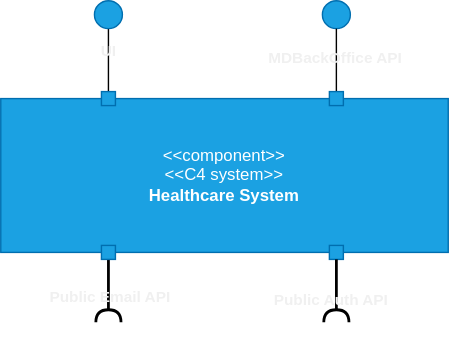
This is docs/sprint-2/team-decisions/views/logical-view/healthcare_system_vl1.svg from rita-barbosa/LAPR5-2425, a draw.io export, as it was before one commit. Source tidied: cells renumbered, new cells last; positions are measured from the earlier drawing's top-left corner, leaving out a move shared by most shapes.
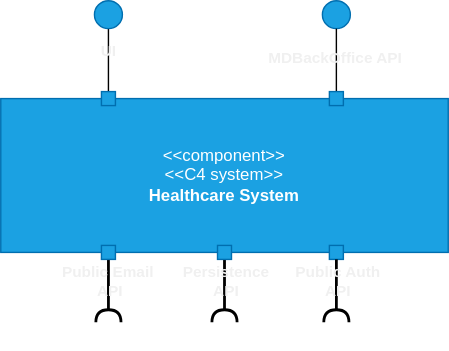
The same file after the commit.

What changed in the source:
```diff
@@ -34,8 +34,10 @@
         <mxPoint x="10" y="10" as="targetPoint" />
       </mxGeometry>
     </mxCell>
-    <mxCell id="11" value="Public Email API" style="edgeLabel;html=1;align=center;verticalAlign=middle;labelBackgroundColor=none;fontStyle=1;" parent="10" vertex="1">
-      <mxGeometry x="-0.15" relative="1" as="geometry" />
+    <mxCell id="11" value="Public Email&amp;nbsp;&lt;div&gt;API&lt;/div&gt;" style="edgeLabel;html=1;align=center;verticalAlign=middle;labelBackgroundColor=none;fontStyle=1;" parent="10" vertex="1">
+      <mxGeometry x="-0.15" relative="1" as="geometry">
+        <mxPoint y="-11" as="offset" />
+      </mxGeometry>
     </mxCell>
     <mxCell id="12" style="rounded=0;whiteSpace=wrap;html=1;fillColor=#1ba1e2;fontColor=#ffffff;strokeColor=#006EAF;rotation=-180;" parent="9" vertex="1">
       <mxGeometry x="5" width="10" height="10" as="geometry" />
@@ -61,10 +63,24 @@
         <mxPoint x="10" y="10" as="targetPoint" />
       </mxGeometry>
     </mxCell>
-    <mxCell id="19" value="Public Auth API" style="edgeLabel;html=1;align=center;verticalAlign=middle;labelBackgroundColor=none;fontStyle=1;" parent="18" vertex="1">
+    <mxCell id="19" value="Public Auth&lt;div&gt;&lt;span style=&quot;background-color: initial;&quot;&gt;API&lt;/span&gt;&lt;/div&gt;" style="edgeLabel;html=1;align=center;verticalAlign=middle;labelBackgroundColor=none;fontStyle=1;" parent="18" vertex="1">
       <mxGeometry x="-0.15" relative="1" as="geometry">
-        <mxPoint x="-5" y="2" as="offset" />
+        <mxPoint y="-11" as="offset" />
       </mxGeometry>
     </mxCell>
+    <mxCell id="20" style="edgeStyle=orthogonalEdgeStyle;rounded=0;orthogonalLoop=1;jettySize=auto;html=1;entryX=0.5;entryY=0;entryDx=0;entryDy=0;endArrow=none;endFill=0;fontColor=#000000;strokeColor=#000000;startArrow=halfCircle;startFill=0;strokeWidth=2;" parent="1" edge="1">
+      <mxGeometry relative="1" as="geometry">
+        <mxPoint x="160" y="230" as="sourcePoint" />
+        <mxPoint x="160" y="185" as="targetPoint" />
+      </mxGeometry>
+    </mxCell>
+    <mxCell id="21" value="Persistence&lt;div&gt;API&lt;/div&gt;" style="edgeLabel;html=1;align=center;verticalAlign=middle;labelBackgroundColor=none;fontStyle=1;" parent="20" vertex="1">
+      <mxGeometry x="-0.15" relative="1" as="geometry">
+        <mxPoint y="-11" as="offset" />
+      </mxGeometry>
+    </mxCell>
+    <mxCell id="22" style="rounded=0;whiteSpace=wrap;html=1;fillColor=#1ba1e2;fontColor=#ffffff;strokeColor=#006EAF;rotation=-180;" parent="1" vertex="1">
+      <mxGeometry x="155" y="175" width="10" height="10" as="geometry" />
+    </mxCell>
   </root>
 </mxGraphModel>
```
